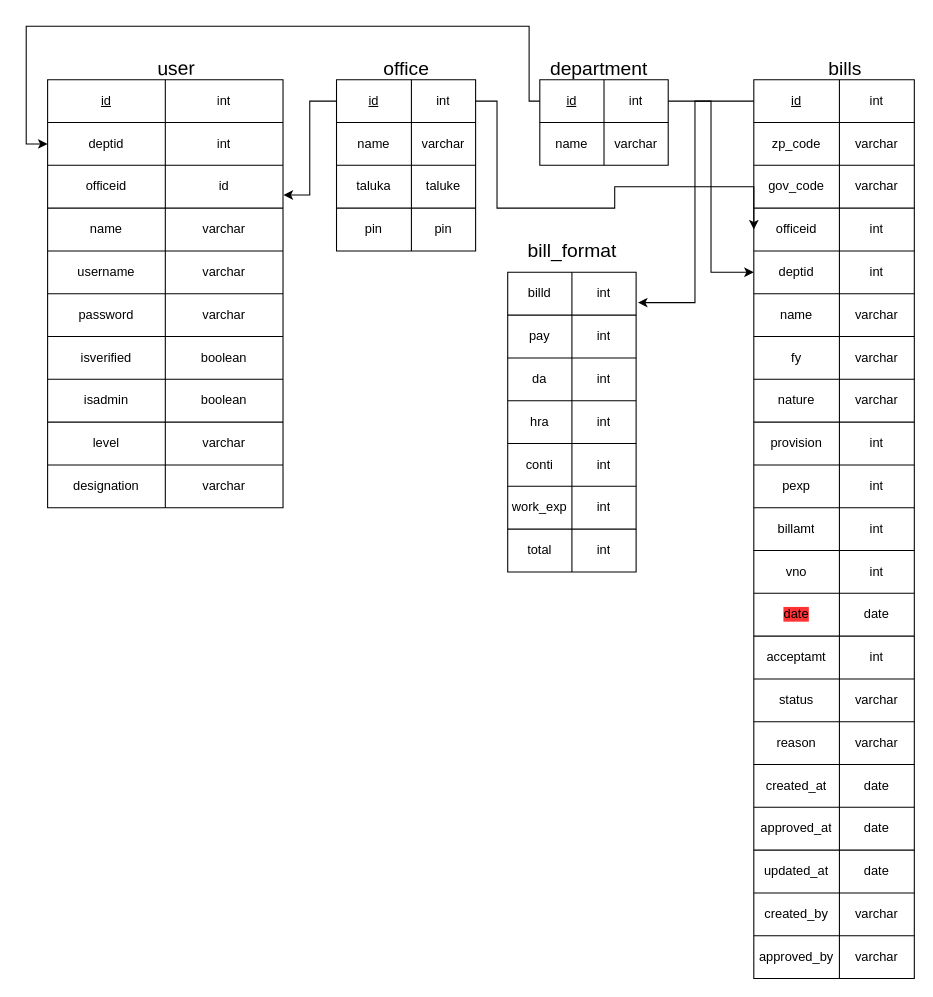
This is ps_cms_db_design.drawio from sanketvarpe/ps_cms, a draw.io file, before an edit. Source tidied: cells renumbered, new cells numbered last; positions are measured from the earlier drawing's top-left corner, leaving out a move shared by most shapes. Both pictures are drawn from the tidied source at 107%, with x=0, y=0 at pixel (26, 26).
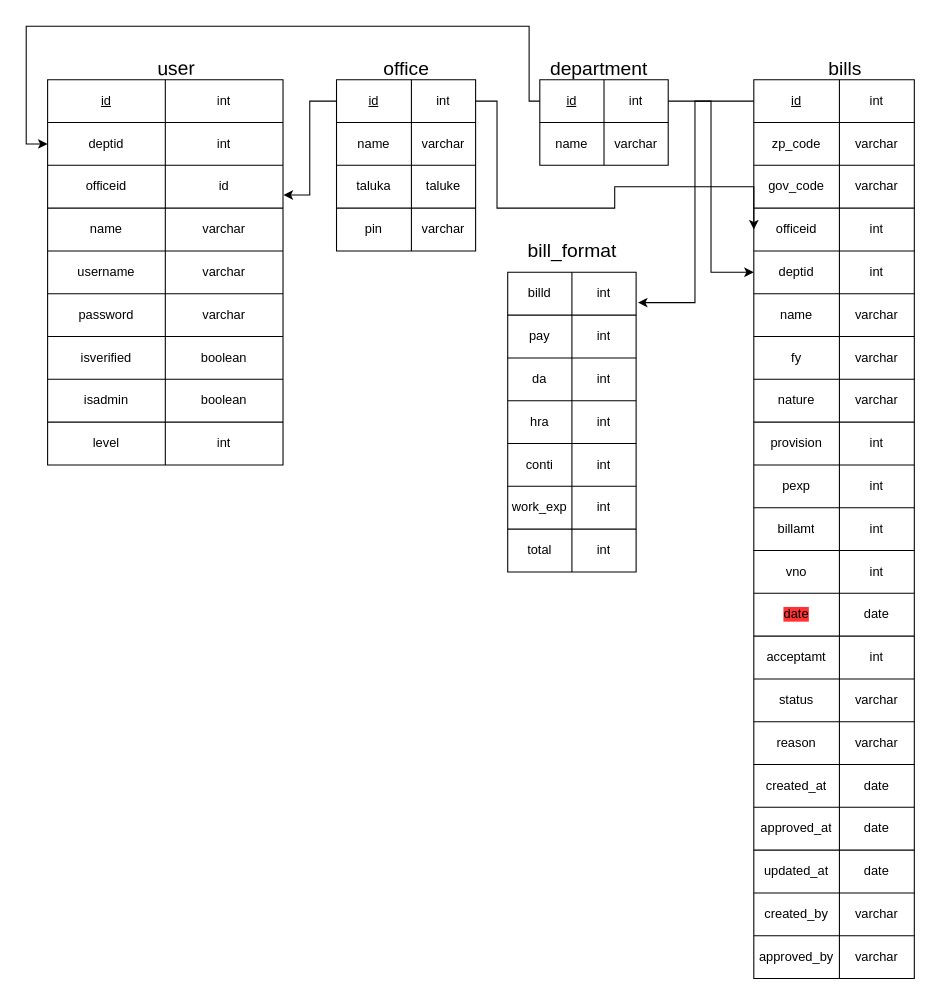
The same page after the edit.

The change refers to these unchanged cells:
```xml
<mxCell id="27" style="shape=partialRectangle;html=1;whiteSpace=wrap;fillColor=none;top=0;left=0;bottom=0;right=0;" parent="2" vertex="1">
  <mxGeometry y="320" width="220" height="40" as="geometry" />
</mxCell>
<mxCell id="44" style="shape=partialRectangle;html=1;whiteSpace=wrap;fillColor=none;top=0;left=0;bottom=0;right=0;" parent="34" vertex="1">
  <mxGeometry y="120" width="130" height="40" as="geometry" />
</mxCell>
```

The edit, as a diff of the source:
```diff
@@
     <mxCell id="2" style="shape=table;html=1;whiteSpace=wrap;startSize=0;childLayout=tableLayout;" parent="1" vertex="1">
-      <mxGeometry x="20" y="50" width="220" height="400" as="geometry" />
+      <mxGeometry x="20" y="50" width="220" height="360" as="geometry" />
     </mxCell>
@@
-    <mxCell id="29" value="varchar" style="shape=partialRectangle;html=1;whiteSpace=wrap;overflow=hidden;fillColor=none;top=0;left=0;bottom=0;right=0;" parent="27" vertex="1">
+    <mxCell id="29" value="int" style="shape=partialRectangle;html=1;whiteSpace=wrap;overflow=hidden;fillColor=none;top=0;left=0;bottom=0;right=0;" parent="27" vertex="1">
       <mxGeometry x="110" width="110" height="40" as="geometry" />
     </mxCell>
-    <mxCell id="30" style="shape=partialRectangle;html=1;whiteSpace=wrap;fillColor=none;top=0;left=0;bottom=0;right=0;" parent="2" vertex="1">
-      <mxGeometry y="360" width="220" height="40" as="geometry" />
-    </mxCell>
-    <mxCell id="31" value="designation" style="shape=partialRectangle;html=1;whiteSpace=wrap;overflow=hidden;fillColor=none;top=0;left=0;bottom=0;right=0;" parent="30" vertex="1">
-      <mxGeometry width="110" height="40" as="geometry" />
-    </mxCell>
-    <mxCell id="32" value="varchar" style="shape=partialRectangle;html=1;whiteSpace=wrap;overflow=hidden;fillColor=none;top=0;left=0;bottom=0;right=0;" parent="30" vertex="1">
-      <mxGeometry x="110" width="110" height="40" as="geometry" />
-    </mxCell>
@@
-    <mxCell id="46" value="pin" style="shape=partialRectangle;html=1;whiteSpace=wrap;overflow=hidden;fillColor=none;top=0;left=0;bottom=0;right=0;" parent="44" vertex="1">
+    <mxCell id="46" value="varchar" style="shape=partialRectangle;html=1;whiteSpace=wrap;overflow=hidden;fillColor=none;top=0;left=0;bottom=0;right=0;" parent="44" vertex="1">
       <mxGeometry x="70" width="60" height="40" as="geometry" />
     </mxCell>
```
